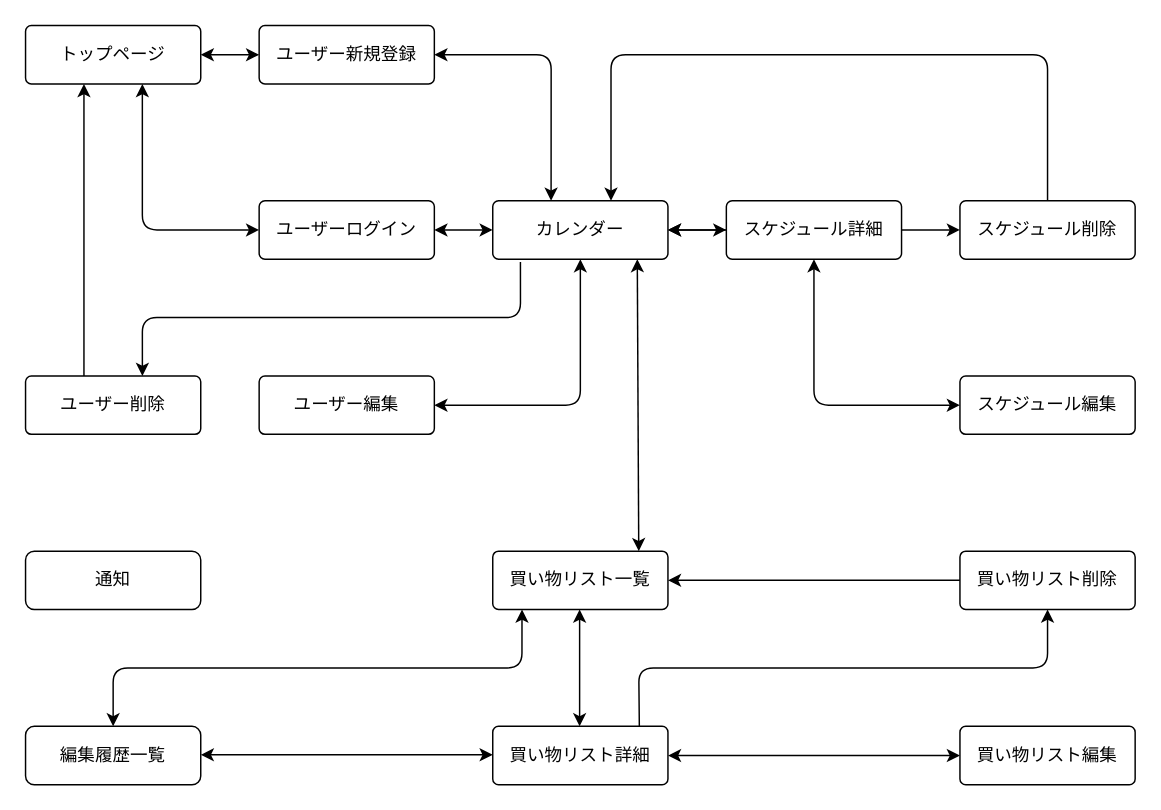
This is 画面遷移図.dio from wassyprince/shopping_days, a draw.io file, before an edit. Source tidied: cells renumbered, new cells numbered last; positions are measured from the earlier drawing's top-left corner, leaving out a move shared by most shapes. Both pictures are drawn from the tidied source at 146%, with x=0, y=0 at pixel (25, 25).
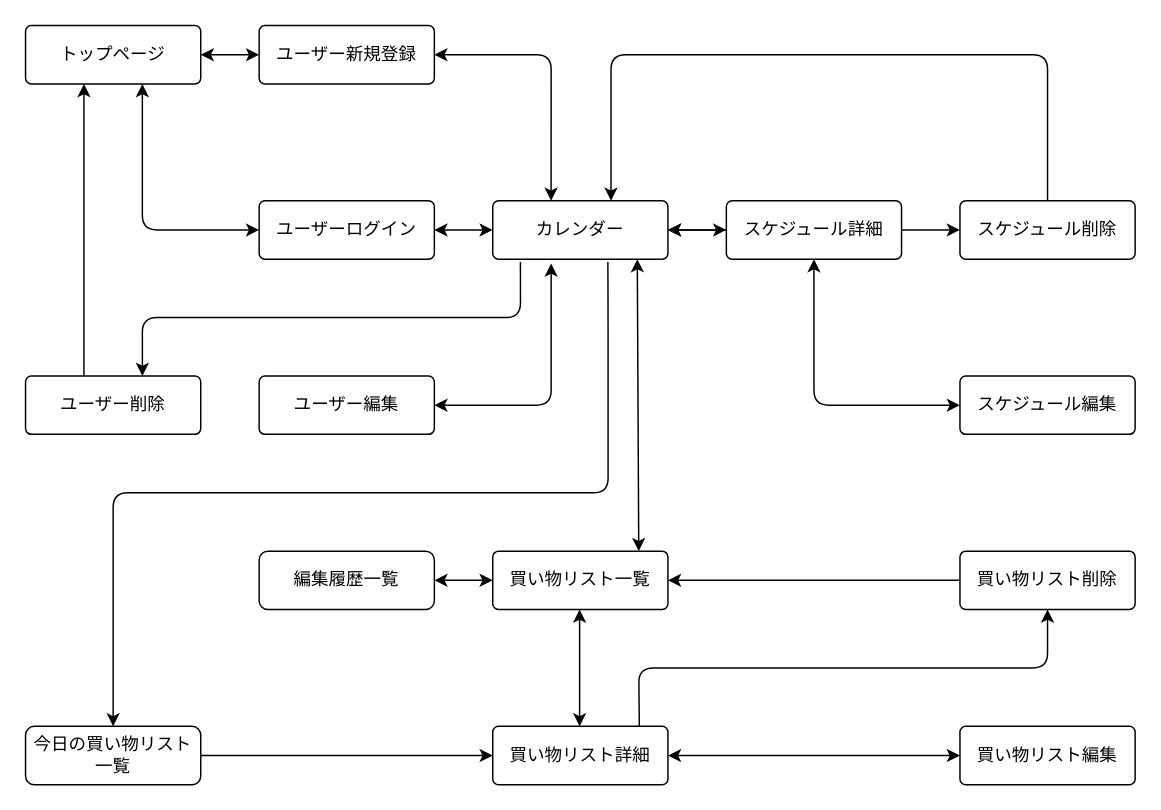
The same page after the edit.

The change refers to these unchanged cells:
```xml
<mxCell id="4" value="買い物リスト一覧" style="rounded=1;arcSize=10;whiteSpace=wrap;html=1;align=center;" parent="1" vertex="1">
  <mxGeometry x="320" y="360" width="120" height="40" as="geometry" />
</mxCell>
<mxCell id="5" value="カレンダー" style="rounded=1;arcSize=10;whiteSpace=wrap;html=1;align=center;" parent="1" vertex="1">
  <mxGeometry x="320" y="120" width="120" height="40" as="geometry" />
</mxCell>
<mxCell id="6" value="ユーザー編集" style="rounded=1;arcSize=10;whiteSpace=wrap;html=1;align=center;" parent="1" vertex="1">
  <mxGeometry x="160" y="240" width="120" height="40" as="geometry" />
</mxCell>
<mxCell id="33" value="買い物リスト詳細" style="rounded=1;arcSize=10;whiteSpace=wrap;html=1;align=center;" parent="1" vertex="1">
  <mxGeometry x="320" y="480" width="120" height="40" as="geometry" />
</mxCell>
```

What changed in the source:
```diff
@@
     <mxCell id="13" value="編集履歴一覧" style="rounded=1;whiteSpace=wrap;html=1;" parent="1" vertex="1">
-      <mxGeometry y="480" width="120" height="40" as="geometry" />
+      <mxGeometry x="160" y="360" width="120" height="40" as="geometry" />
     </mxCell>
-    <mxCell id="14" value="通知" style="rounded=1;whiteSpace=wrap;html=1;" parent="1" vertex="1">
-      <mxGeometry y="360" width="120" height="40" as="geometry" />
+    <mxCell id="14" value="今日の買い物リスト一覧" style="rounded=1;whiteSpace=wrap;html=1;" parent="1" vertex="1">
+      <mxGeometry y="480" width="120" height="40" as="geometry" />
     </mxCell>
@@
-    <mxCell id="34" style="endArrow=classic;startArrow=classic;html=1;exitX=0;exitY=0.5;exitDx=0;exitDy=0;entryX=1;entryY=0.5;entryDx=0;entryDy=0;" parent="1" edge="1">
-      <mxGeometry relative="1" as="geometry">
-        <mxPoint x="320" y="499.5" as="sourcePoint" />
-        <mxPoint x="120" y="499.5" as="targetPoint" />
-      </mxGeometry>
-    </mxCell>
-    <mxCell id="35" style="endArrow=classic;startArrow=classic;html=1;entryX=1;entryY=0.5;entryDx=0;entryDy=0;exitX=0.5;exitY=1;exitDx=0;exitDy=0;" parent="1" edge="1" source="5" target="6">
+    <mxCell id="35" style="endArrow=classic;startArrow=classic;html=1;entryX=1;entryY=0.5;entryDx=0;entryDy=0;" parent="1" edge="1" target="6">
       <mxGeometry relative="1" as="geometry">
+        <mxPoint x="360" y="163" as="sourcePoint" />
         <Array as="points">
-          <mxPoint x="380" y="210" />
-          <mxPoint x="380" y="260" />
+          <mxPoint x="360" y="210" />
+          <mxPoint x="360" y="260" />
         </Array>
       </mxGeometry>
     </mxCell>
-    <mxCell id="36" style="endArrow=classic;startArrow=classic;html=1;entryX=0.5;entryY=0;entryDx=0;entryDy=0;exitX=0.167;exitY=1;exitDx=0;exitDy=0;exitPerimeter=0;" parent="1" edge="1" source="4" target="13">
+    <mxCell id="36" style="endArrow=classic;startArrow=classic;html=1;exitX=0;exitY=0.5;exitDx=0;exitDy=0;entryX=1;entryY=0.5;entryDx=0;entryDy=0;" parent="1" edge="1" source="4" target="13">
       <mxGeometry relative="1" as="geometry">
         <Array as="points">
-          <mxPoint x="340" y="440" />
-          <mxPoint x="280" y="440" />
-          <mxPoint x="60" y="440" />
+          <mxPoint x="300" y="380" />
         </Array>
       </mxGeometry>
     </mxCell>
+    <mxCell id="37" style="endArrow=classic;html=1;entryX=0.5;entryY=0;entryDx=0;entryDy=0;exitX=0.657;exitY=1.05;exitDx=0;exitDy=0;exitPerimeter=0;" parent="1" edge="1" source="5" target="14">
+      <mxGeometry relative="1" as="geometry">
+        <Array as="points">
+          <mxPoint x="399" y="200" />
+          <mxPoint x="399" y="320" />
+          <mxPoint x="60" y="320" />
+        </Array>
+      </mxGeometry>
+    </mxCell>
+    <mxCell id="38" style="endArrow=classic;html=1;exitX=1;exitY=0.5;exitDx=0;exitDy=0;" parent="1" edge="1" source="14" target="33">
+      <mxGeometry relative="1" as="geometry">
+        <Array as="points">
+          <mxPoint x="160" y="500" />
+          <mxPoint x="280" y="500" />
+        </Array>
+      </mxGeometry>
+    </mxCell>
```
